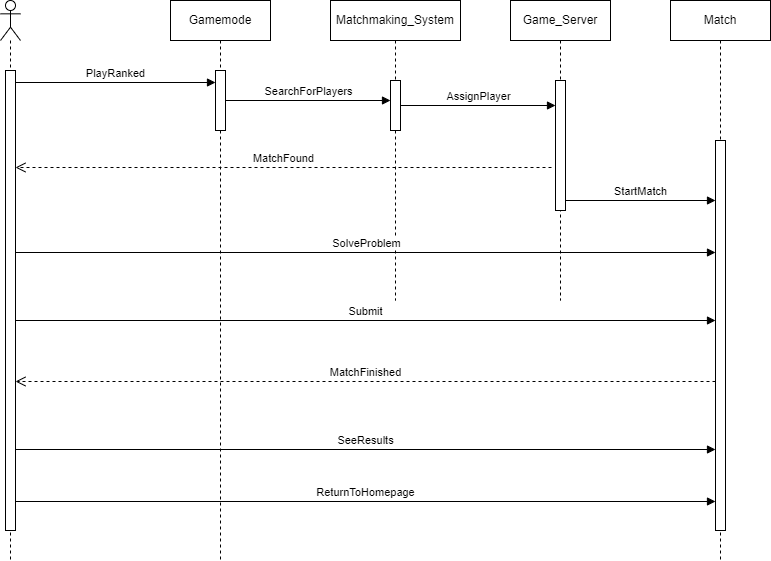
The draw.io diagram Documentation/sequance/Play Ranked.png in MarwaMubarak/Groofy-Code, before a commit. Source tidied: cells renumbered, new cells last; positions are measured from the earlier drawing's top-left corner, leaving out a move shared by most shapes. Its diagram source:
```xml
<mxGraphModel>
  <root>
    <mxCell id="0" />
    <mxCell id="1" parent="0" />
    <mxCell id="2" style="shape=umlLifeline;perimeter=lifelinePerimeter;whiteSpace=wrap;html=1;newEdgeStyle={&quot;curved&quot;:0,&quot;rounded&quot;:0};participant=umlActor;" parent="1" vertex="1">
      <mxGeometry width="20" height="560" as="geometry" />
    </mxCell>
    <mxCell id="3" style="html=1;points=[[0,0,0,0,5],[0,1,0,0,-5],[1,0,0,0,5],[1,1,0,0,-5]];perimeter=orthogonalPerimeter;outlineConnect=0;targetShapes=umlLifeline;portConstraint=eastwest;newEdgeStyle={&quot;curved&quot;:0,&quot;rounded&quot;:0};" parent="2" vertex="1">
      <mxGeometry x="5" y="70" width="10" height="460" as="geometry" />
    </mxCell>
    <mxCell id="4" value="Gamemode" style="shape=umlLifeline;perimeter=lifelinePerimeter;whiteSpace=wrap;html=1;newEdgeStyle={&quot;curved&quot;:0,&quot;rounded&quot;:0};" parent="1" vertex="1">
      <mxGeometry x="170" width="100" height="560" as="geometry" />
    </mxCell>
    <mxCell id="5" style="html=1;points=[[0,0,0,0,5],[0,1,0,0,-5],[1,0,0,0,5],[1,1,0,0,-5]];perimeter=orthogonalPerimeter;outlineConnect=0;targetShapes=umlLifeline;portConstraint=eastwest;newEdgeStyle={&quot;curved&quot;:0,&quot;rounded&quot;:0};" parent="4" vertex="1">
      <mxGeometry x="45" y="70" width="10" height="60" as="geometry" />
    </mxCell>
    <mxCell id="6" value="PlayRanked" style="html=1;verticalAlign=bottom;endArrow=block;curved=0;rounded=0;" parent="1" edge="1">
      <mxGeometry relative="1" as="geometry">
        <mxPoint x="15" y="82" as="sourcePoint" />
        <mxPoint x="215" y="82" as="targetPoint" />
      </mxGeometry>
    </mxCell>
    <mxCell id="7" value="Matchmaking_System" style="shape=umlLifeline;perimeter=lifelinePerimeter;whiteSpace=wrap;html=1;newEdgeStyle={&quot;curved&quot;:0,&quot;rounded&quot;:0};" parent="1" vertex="1">
      <mxGeometry x="330" width="130" height="300" as="geometry" />
    </mxCell>
    <mxCell id="8" style="html=1;points=[[0,0,0,0,5],[0,1,0,0,-5],[1,0,0,0,5],[1,1,0,0,-5]];perimeter=orthogonalPerimeter;outlineConnect=0;targetShapes=umlLifeline;portConstraint=eastwest;newEdgeStyle={&quot;curved&quot;:0,&quot;rounded&quot;:0};" parent="7" vertex="1">
      <mxGeometry x="60" y="80" width="10" height="50" as="geometry" />
    </mxCell>
    <mxCell id="9" value="SearchForPlayers" style="html=1;verticalAlign=bottom;endArrow=block;curved=0;rounded=0;" parent="1" edge="1" source="5" target="8">
      <mxGeometry relative="1" as="geometry" />
    </mxCell>
    <mxCell id="10" value="Game_Server" style="shape=umlLifeline;perimeter=lifelinePerimeter;whiteSpace=wrap;html=1;newEdgeStyle={&quot;curved&quot;:0,&quot;rounded&quot;:0};" parent="1" vertex="1">
      <mxGeometry x="510" width="100" height="300" as="geometry" />
    </mxCell>
    <mxCell id="11" style="html=1;points=[[0,0,0,0,5],[0,1,0,0,-5],[1,0,0,0,5],[1,1,0,0,-5]];perimeter=orthogonalPerimeter;outlineConnect=0;targetShapes=umlLifeline;portConstraint=eastwest;newEdgeStyle={&quot;curved&quot;:0,&quot;rounded&quot;:0};" parent="10" vertex="1">
      <mxGeometry x="45" y="80" width="10" height="130" as="geometry" />
    </mxCell>
    <mxCell id="12" value="AssignPlayer" style="html=1;verticalAlign=bottom;endArrow=block;curved=0;rounded=0;" parent="1" edge="1" source="8" target="11">
      <mxGeometry relative="1" as="geometry" />
    </mxCell>
    <mxCell id="13" value="MatchFound" style="html=1;verticalAlign=bottom;endArrow=open;dashed=1;endSize=8;curved=0;rounded=0;" parent="1" edge="1" target="3">
      <mxGeometry relative="1" as="geometry">
        <mxPoint x="551" y="167" as="sourcePoint" />
      </mxGeometry>
    </mxCell>
    <mxCell id="14" value="Match" style="shape=umlLifeline;perimeter=lifelinePerimeter;whiteSpace=wrap;html=1;newEdgeStyle={&quot;curved&quot;:0,&quot;rounded&quot;:0};" parent="1" vertex="1">
      <mxGeometry x="670" width="100" height="560" as="geometry" />
    </mxCell>
    <mxCell id="15" style="html=1;points=[[0,0,0,0,5],[0,1,0,0,-5],[1,0,0,0,5],[1,1,0,0,-5]];perimeter=orthogonalPerimeter;outlineConnect=0;targetShapes=umlLifeline;portConstraint=eastwest;newEdgeStyle={&quot;curved&quot;:0,&quot;rounded&quot;:0};" parent="14" vertex="1">
      <mxGeometry x="45" y="140" width="10" height="390" as="geometry" />
    </mxCell>
    <mxCell id="16" value="StartMatch" style="html=1;verticalAlign=bottom;endArrow=block;curved=0;rounded=0;" parent="1" edge="1" target="15">
      <mxGeometry relative="1" as="geometry">
        <mxPoint x="565" y="200" as="sourcePoint" />
      </mxGeometry>
    </mxCell>
    <mxCell id="17" value="SolveProblem" style="html=1;verticalAlign=bottom;endArrow=block;curved=0;rounded=0;" parent="1" edge="1">
      <mxGeometry relative="1" as="geometry">
        <mxPoint x="15.5" y="252" as="sourcePoint" />
        <mxPoint x="715" y="252" as="targetPoint" />
      </mxGeometry>
    </mxCell>
    <mxCell id="18" value="Submit" style="html=1;verticalAlign=bottom;endArrow=block;curved=0;rounded=0;" parent="1" edge="1">
      <mxGeometry relative="1" as="geometry">
        <mxPoint x="15" y="320" as="sourcePoint" />
        <mxPoint x="715" y="320" as="targetPoint" />
      </mxGeometry>
    </mxCell>
    <mxCell id="19" value="MatchFinished" style="html=1;verticalAlign=bottom;endArrow=open;dashed=1;endSize=8;curved=0;rounded=0;" parent="1" edge="1">
      <mxGeometry relative="1" as="geometry">
        <mxPoint x="715" y="381" as="sourcePoint" />
        <mxPoint x="15" y="381" as="targetPoint" />
      </mxGeometry>
    </mxCell>
    <mxCell id="20" value="SeeResults" style="html=1;verticalAlign=bottom;endArrow=block;curved=0;rounded=0;" parent="1" edge="1">
      <mxGeometry relative="1" as="geometry">
        <mxPoint x="15" y="449" as="sourcePoint" />
        <mxPoint x="715" y="449" as="targetPoint" />
      </mxGeometry>
    </mxCell>
    <mxCell id="21" value="ReturnToHomepage" style="html=1;verticalAlign=bottom;endArrow=block;curved=0;rounded=0;" parent="1" edge="1">
      <mxGeometry relative="1" as="geometry">
        <mxPoint x="15" y="501" as="sourcePoint" />
        <mxPoint x="715" y="501" as="targetPoint" />
      </mxGeometry>
    </mxCell>
  </root>
</mxGraphModel>
```
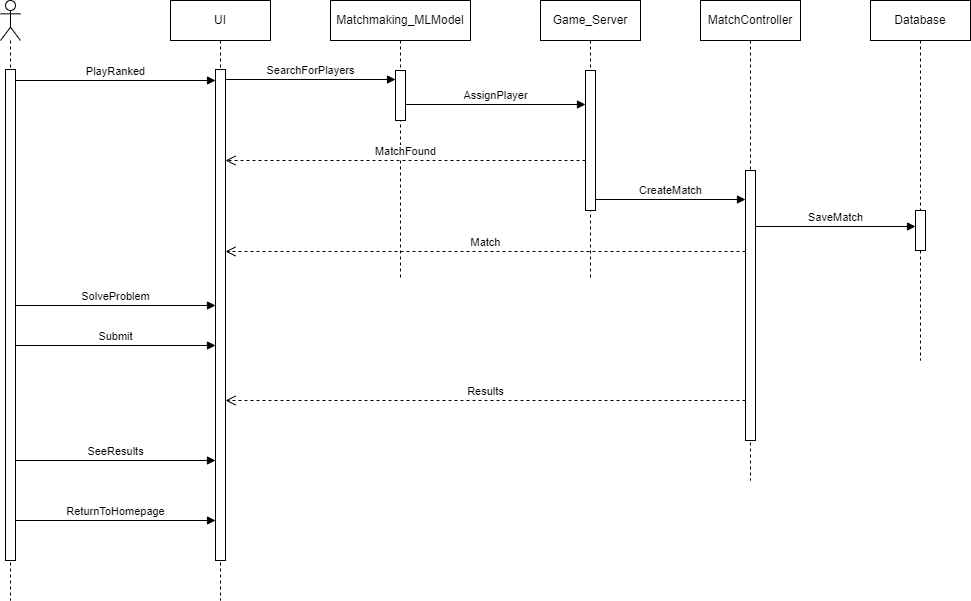
Above is the later version.

Commit message:
Modified play ranked sequence diagram

Change to the diagram source:
```diff
@@ -3,86 +3,111 @@
     <mxCell id="0" />
     <mxCell id="1" parent="0" />
     <mxCell id="2" style="shape=umlLifeline;perimeter=lifelinePerimeter;whiteSpace=wrap;html=1;newEdgeStyle={&quot;curved&quot;:0,&quot;rounded&quot;:0};participant=umlActor;" parent="1" vertex="1">
-      <mxGeometry width="20" height="560" as="geometry" />
+      <mxGeometry x="-10" width="20" height="600" as="geometry" />
     </mxCell>
     <mxCell id="3" style="html=1;points=[[0,0,0,0,5],[0,1,0,0,-5],[1,0,0,0,5],[1,1,0,0,-5]];perimeter=orthogonalPerimeter;outlineConnect=0;targetShapes=umlLifeline;portConstraint=eastwest;newEdgeStyle={&quot;curved&quot;:0,&quot;rounded&quot;:0};" parent="2" vertex="1">
-      <mxGeometry x="5" y="70" width="10" height="460" as="geometry" />
+      <mxGeometry x="5" y="69" width="10" height="491" as="geometry" />
     </mxCell>
-    <mxCell id="4" value="Gamemode" style="shape=umlLifeline;perimeter=lifelinePerimeter;whiteSpace=wrap;html=1;newEdgeStyle={&quot;curved&quot;:0,&quot;rounded&quot;:0};" parent="1" vertex="1">
-      <mxGeometry x="170" width="100" height="560" as="geometry" />
-    </mxCell>
-    <mxCell id="5" style="html=1;points=[[0,0,0,0,5],[0,1,0,0,-5],[1,0,0,0,5],[1,1,0,0,-5]];perimeter=orthogonalPerimeter;outlineConnect=0;targetShapes=umlLifeline;portConstraint=eastwest;newEdgeStyle={&quot;curved&quot;:0,&quot;rounded&quot;:0};" parent="4" vertex="1">
-      <mxGeometry x="45" y="70" width="10" height="60" as="geometry" />
-    </mxCell>
     <mxCell id="6" value="PlayRanked" style="html=1;verticalAlign=bottom;endArrow=block;curved=0;rounded=0;" parent="1" edge="1">
       <mxGeometry relative="1" as="geometry">
-        <mxPoint x="15" y="82" as="sourcePoint" />
-        <mxPoint x="215" y="82" as="targetPoint" />
+        <mxPoint x="5" y="80" as="sourcePoint" />
+        <mxPoint x="205" y="80" as="targetPoint" />
       </mxGeometry>
     </mxCell>
-    <mxCell id="7" value="Matchmaking_System" style="shape=umlLifeline;perimeter=lifelinePerimeter;whiteSpace=wrap;html=1;newEdgeStyle={&quot;curved&quot;:0,&quot;rounded&quot;:0};" parent="1" vertex="1">
-      <mxGeometry x="330" width="130" height="300" as="geometry" />
+    <mxCell id="7" value="Matchmaking_MLModel" style="shape=umlLifeline;perimeter=lifelinePerimeter;whiteSpace=wrap;html=1;newEdgeStyle={&quot;curved&quot;:0,&quot;rounded&quot;:0};" parent="1" vertex="1">
+      <mxGeometry x="320" width="140" height="280" as="geometry" />
     </mxCell>
     <mxCell id="8" style="html=1;points=[[0,0,0,0,5],[0,1,0,0,-5],[1,0,0,0,5],[1,1,0,0,-5]];perimeter=orthogonalPerimeter;outlineConnect=0;targetShapes=umlLifeline;portConstraint=eastwest;newEdgeStyle={&quot;curved&quot;:0,&quot;rounded&quot;:0};" parent="7" vertex="1">
-      <mxGeometry x="60" y="80" width="10" height="50" as="geometry" />
+      <mxGeometry x="65" y="70" width="10" height="50" as="geometry" />
     </mxCell>
-    <mxCell id="9" value="SearchForPlayers" style="html=1;verticalAlign=bottom;endArrow=block;curved=0;rounded=0;" parent="1" edge="1" source="5" target="8">
-      <mxGeometry relative="1" as="geometry" />
+    <mxCell id="9" value="SearchForPlayers" style="html=1;verticalAlign=bottom;endArrow=block;curved=0;rounded=0;" parent="1" edge="1" target="8">
+      <mxGeometry relative="1" as="geometry">
+        <mxPoint x="215" y="79" as="sourcePoint" />
+      </mxGeometry>
     </mxCell>
     <mxCell id="10" value="Game_Server" style="shape=umlLifeline;perimeter=lifelinePerimeter;whiteSpace=wrap;html=1;newEdgeStyle={&quot;curved&quot;:0,&quot;rounded&quot;:0};" parent="1" vertex="1">
-      <mxGeometry x="510" width="100" height="300" as="geometry" />
+      <mxGeometry x="530" width="100" height="280" as="geometry" />
     </mxCell>
     <mxCell id="11" style="html=1;points=[[0,0,0,0,5],[0,1,0,0,-5],[1,0,0,0,5],[1,1,0,0,-5]];perimeter=orthogonalPerimeter;outlineConnect=0;targetShapes=umlLifeline;portConstraint=eastwest;newEdgeStyle={&quot;curved&quot;:0,&quot;rounded&quot;:0};" parent="10" vertex="1">
-      <mxGeometry x="45" y="80" width="10" height="130" as="geometry" />
+      <mxGeometry x="45" y="70" width="10" height="140" as="geometry" />
     </mxCell>
-    <mxCell id="12" value="AssignPlayer" style="html=1;verticalAlign=bottom;endArrow=block;curved=0;rounded=0;" parent="1" edge="1" source="8" target="11">
-      <mxGeometry relative="1" as="geometry" />
+    <mxCell id="12" value="AssignPlayer" style="html=1;verticalAlign=bottom;endArrow=block;curved=0;rounded=0;" parent="1" edge="1">
+      <mxGeometry relative="1" as="geometry">
+        <mxPoint x="395" y="104" as="sourcePoint" />
+        <mxPoint x="575" y="104" as="targetPoint" />
+      </mxGeometry>
     </mxCell>
-    <mxCell id="13" value="MatchFound" style="html=1;verticalAlign=bottom;endArrow=open;dashed=1;endSize=8;curved=0;rounded=0;" parent="1" edge="1" target="3">
+    <mxCell id="13" value="MatchFound" style="html=1;verticalAlign=bottom;endArrow=open;dashed=1;endSize=8;curved=0;rounded=0;" parent="1" edge="1">
       <mxGeometry relative="1" as="geometry">
-        <mxPoint x="551" y="167" as="sourcePoint" />
+        <mxPoint x="575" y="160" as="sourcePoint" />
+        <mxPoint x="215" y="160" as="targetPoint" />
       </mxGeometry>
     </mxCell>
-    <mxCell id="14" value="Match" style="shape=umlLifeline;perimeter=lifelinePerimeter;whiteSpace=wrap;html=1;newEdgeStyle={&quot;curved&quot;:0,&quot;rounded&quot;:0};" parent="1" vertex="1">
-      <mxGeometry x="670" width="100" height="560" as="geometry" />
+    <mxCell id="14" value="MatchController" style="shape=umlLifeline;perimeter=lifelinePerimeter;whiteSpace=wrap;html=1;newEdgeStyle={&quot;curved&quot;:0,&quot;rounded&quot;:0};" parent="1" vertex="1">
+      <mxGeometry x="690" width="100" height="480" as="geometry" />
     </mxCell>
     <mxCell id="15" style="html=1;points=[[0,0,0,0,5],[0,1,0,0,-5],[1,0,0,0,5],[1,1,0,0,-5]];perimeter=orthogonalPerimeter;outlineConnect=0;targetShapes=umlLifeline;portConstraint=eastwest;newEdgeStyle={&quot;curved&quot;:0,&quot;rounded&quot;:0};" parent="14" vertex="1">
-      <mxGeometry x="45" y="140" width="10" height="390" as="geometry" />
+      <mxGeometry x="45" y="170" width="10" height="270" as="geometry" />
     </mxCell>
-    <mxCell id="16" value="StartMatch" style="html=1;verticalAlign=bottom;endArrow=block;curved=0;rounded=0;" parent="1" edge="1" target="15">
+    <mxCell id="16" value="CreateMatch" style="html=1;verticalAlign=bottom;endArrow=block;curved=0;rounded=0;" parent="1" edge="1">
       <mxGeometry relative="1" as="geometry">
-        <mxPoint x="565" y="200" as="sourcePoint" />
+        <mxPoint x="585" y="199" as="sourcePoint" />
+        <mxPoint x="735" y="199" as="targetPoint" />
       </mxGeometry>
     </mxCell>
     <mxCell id="17" value="SolveProblem" style="html=1;verticalAlign=bottom;endArrow=block;curved=0;rounded=0;" parent="1" edge="1">
       <mxGeometry relative="1" as="geometry">
-        <mxPoint x="15.5" y="252" as="sourcePoint" />
-        <mxPoint x="715" y="252" as="targetPoint" />
+        <mxPoint x="5" y="305" as="sourcePoint" />
+        <mxPoint x="205" y="305" as="targetPoint" />
       </mxGeometry>
     </mxCell>
     <mxCell id="18" value="Submit" style="html=1;verticalAlign=bottom;endArrow=block;curved=0;rounded=0;" parent="1" edge="1">
       <mxGeometry relative="1" as="geometry">
-        <mxPoint x="15" y="320" as="sourcePoint" />
-        <mxPoint x="715" y="320" as="targetPoint" />
+        <mxPoint x="5" y="345" as="sourcePoint" />
+        <mxPoint x="205" y="345" as="targetPoint" />
       </mxGeometry>
     </mxCell>
-    <mxCell id="19" value="MatchFinished" style="html=1;verticalAlign=bottom;endArrow=open;dashed=1;endSize=8;curved=0;rounded=0;" parent="1" edge="1">
+    <mxCell id="19" value="Results" style="html=1;verticalAlign=bottom;endArrow=open;dashed=1;endSize=8;curved=0;rounded=0;" parent="1" edge="1">
       <mxGeometry relative="1" as="geometry">
-        <mxPoint x="715" y="381" as="sourcePoint" />
-        <mxPoint x="15" y="381" as="targetPoint" />
+        <mxPoint x="735" y="400" as="sourcePoint" />
+        <mxPoint x="215" y="400" as="targetPoint" />
       </mxGeometry>
     </mxCell>
     <mxCell id="20" value="SeeResults" style="html=1;verticalAlign=bottom;endArrow=block;curved=0;rounded=0;" parent="1" edge="1">
       <mxGeometry relative="1" as="geometry">
-        <mxPoint x="15" y="449" as="sourcePoint" />
-        <mxPoint x="715" y="449" as="targetPoint" />
+        <mxPoint x="5" y="460" as="sourcePoint" />
+        <mxPoint x="205" y="460" as="targetPoint" />
       </mxGeometry>
     </mxCell>
     <mxCell id="21" value="ReturnToHomepage" style="html=1;verticalAlign=bottom;endArrow=block;curved=0;rounded=0;" parent="1" edge="1">
       <mxGeometry relative="1" as="geometry">
-        <mxPoint x="15" y="501" as="sourcePoint" />
-        <mxPoint x="715" y="501" as="targetPoint" />
+        <mxPoint x="5" y="520" as="sourcePoint" />
+        <mxPoint x="205" y="520" as="targetPoint" />
       </mxGeometry>
     </mxCell>
+    <mxCell id="22" value="UI" style="shape=umlLifeline;perimeter=lifelinePerimeter;whiteSpace=wrap;html=1;newEdgeStyle={&quot;curved&quot;:0,&quot;rounded&quot;:0};" parent="1" vertex="1">
+      <mxGeometry x="160" width="100" height="600" as="geometry" />
+    </mxCell>
+    <mxCell id="23" style="html=1;perimeter=orthogonalPerimeter;targetShapes=umlLifeline;newEdgeStyle={&quot;curved&quot;:0,&quot;rounded&quot;:0};" parent="22" vertex="1">
+      <mxGeometry x="45" y="69" width="10" height="491" as="geometry" />
+    </mxCell>
+    <mxCell id="24" value="Match" style="html=1;verticalAlign=bottom;endArrow=open;dashed=1;endSize=8;curved=0;rounded=0;" parent="1" edge="1">
+      <mxGeometry relative="1" as="geometry">
+        <mxPoint x="735" y="251" as="sourcePoint" />
+        <mxPoint x="215" y="251" as="targetPoint" />
+      </mxGeometry>
+    </mxCell>
+    <mxCell id="25" value="Database" style="shape=umlLifeline;perimeter=lifelinePerimeter;whiteSpace=wrap;html=1;newEdgeStyle={&quot;curved&quot;:0,&quot;rounded&quot;:0};" parent="1" vertex="1">
+      <mxGeometry x="860" width="100" height="360" as="geometry" />
+    </mxCell>
+    <mxCell id="26" style="html=1;perimeter=orthogonalPerimeter;targetShapes=umlLifeline;newEdgeStyle={&quot;curved&quot;:0,&quot;rounded&quot;:0};" parent="25" vertex="1">
+      <mxGeometry x="45" y="210" width="10" height="40" as="geometry" />
+    </mxCell>
+    <mxCell id="27" value="SaveMatch" style="html=1;verticalAlign=bottom;endArrow=block;curved=0;rounded=0;" parent="1" edge="1">
+      <mxGeometry relative="1" as="geometry">
+        <mxPoint x="745" y="226" as="sourcePoint" />
+        <mxPoint x="905" y="226" as="targetPoint" />
+      </mxGeometry>
+    </mxCell>
   </root>
 </mxGraphModel>
```
